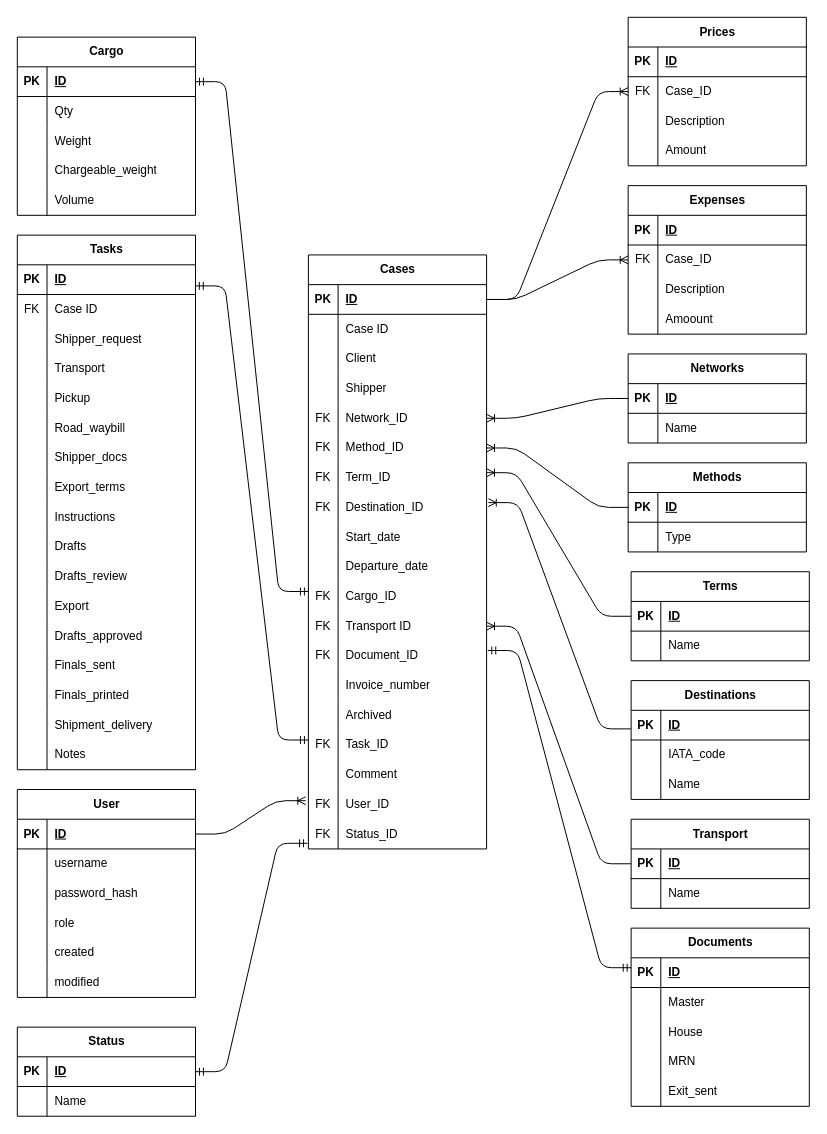
bdoobd/casemgr keeps this draw.io diagram as db_schema.drawio. Above is the earlier version. Source tidied: cells renumbered, new cells numbered last; positions are measured from the earlier drawing's top-left corner, leaving out a move shared by most shapes. Both pictures are drawn from the tidied source at 99%, with x=0, y=0 at pixel (17, 17).
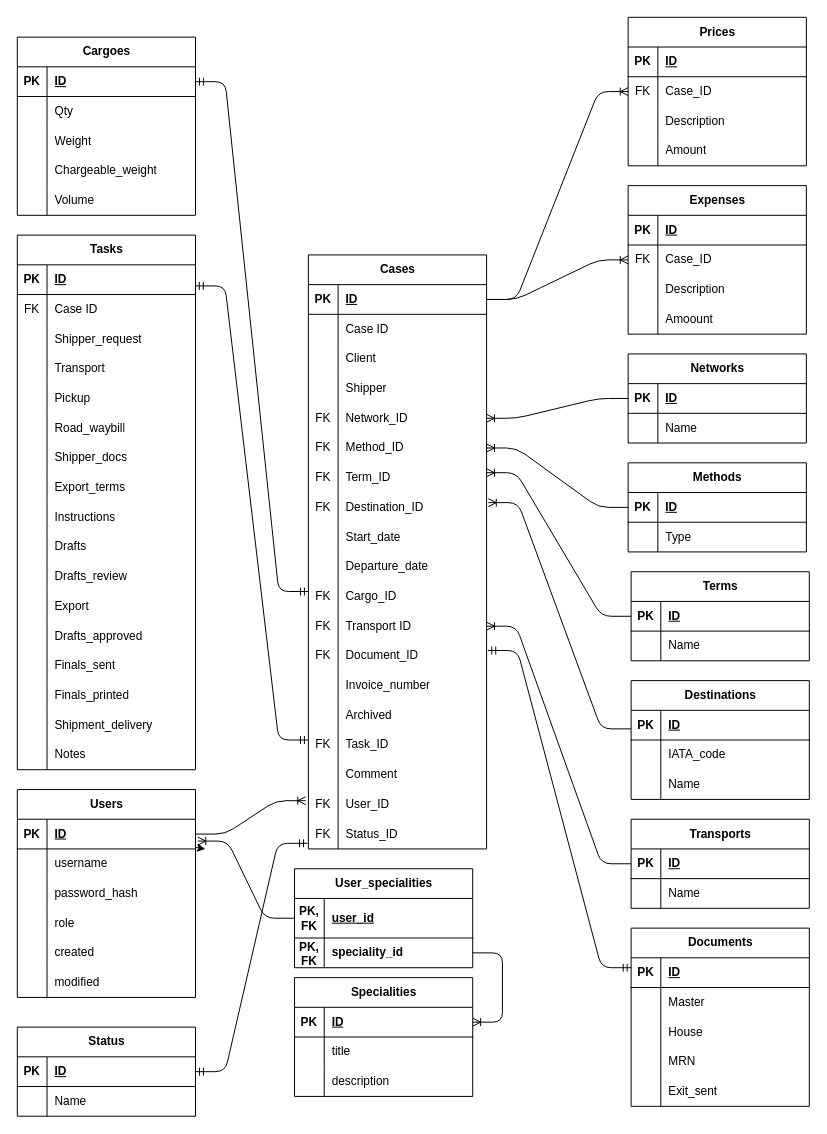
The same diagram, later.

Unchanged cells that the change refers to:
```xml
<mxCell id="113" style="shape=tableRow;horizontal=0;startSize=0;swimlaneHead=0;swimlaneBody=0;fillColor=none;points=[[0,0.5],[1,0.5]];portConstraint=eastwest;top=0;left=0;right=0;bottom=1;" parent="112" vertex="1">
  <mxGeometry y="30" width="180" height="30" as="geometry" />
</mxCell>
```

Change to the diagram source:
```diff
@@
-    <mxCell id="112" value="User" style="shape=table;startSize=30;childLayout=tableLayout;rowLines=0;fontStyle=1;align=center;html=1;" parent="1" vertex="1">
+    <mxCell id="112" value="Users" style="shape=table;startSize=30;childLayout=tableLayout;rowLines=0;fontStyle=1;align=center;html=1;" parent="1" vertex="1">
       <mxGeometry y="780" width="180" height="210" as="geometry" />
     </mxCell>
@@
-    <mxCell id="197" value="Cargo" style="shape=table;startSize=30;childLayout=tableLayout;rowLines=0;fontStyle=1;align=center;html=1;" parent="1" vertex="1">
+    <mxCell id="197" value="Cargoes" style="shape=table;startSize=30;childLayout=tableLayout;rowLines=0;fontStyle=1;align=center;html=1;" parent="1" vertex="1">
       <mxGeometry y="20" width="180" height="180" as="geometry" />
     </mxCell>
@@
-    <mxCell id="223" value="Transport" style="shape=table;startSize=30;childLayout=tableLayout;rowLines=0;fontStyle=1;align=center;html=1;" parent="1" vertex="1">
+    <mxCell id="223" value="Transports" style="shape=table;startSize=30;childLayout=tableLayout;rowLines=0;fontStyle=1;align=center;html=1;" parent="1" vertex="1">
       <mxGeometry x="620" y="810" width="180" height="90" as="geometry" />
     </mxCell>
@@
+    <mxCell id="246" value="Specialities" style="shape=table;startSize=30;childLayout=tableLayout;rowLines=0;fontStyle=1;align=center;html=1;" parent="1" vertex="1">
+      <mxGeometry x="280" y="970" width="180" height="120" as="geometry" />
+    </mxCell>
+    <mxCell id="247" style="shape=tableRow;horizontal=0;startSize=0;swimlaneHead=0;swimlaneBody=0;fillColor=none;points=[[0,0.5],[1,0.5]];portConstraint=eastwest;top=0;left=0;right=0;bottom=1;" parent="246" vertex="1">
+      <mxGeometry y="30" width="180" height="30" as="geometry" />
+    </mxCell>
+    <mxCell id="248" value="PK" style="shape=partialRectangle;fillColor=none;top=0;left=0;bottom=0;right=0;fontStyle=1;overflow=hidden;whiteSpace=wrap;html=1;" parent="247" vertex="1">
+      <mxGeometry width="30" height="30" as="geometry" />
+    </mxCell>
+    <mxCell id="249" value="ID" style="shape=partialRectangle;fillColor=none;top=0;left=0;bottom=0;right=0;align=left;spacingLeft=6;fontStyle=5;overflow=hidden;whiteSpace=wrap;html=1;" parent="247" vertex="1">
+      <mxGeometry x="30" width="150" height="30" as="geometry" />
+    </mxCell>
+    <mxCell id="250" style="shape=tableRow;horizontal=0;startSize=0;swimlaneHead=0;swimlaneBody=0;fillColor=none;top=0;left=0;right=0;bottom=0;" parent="246" vertex="1">
+      <mxGeometry y="60" width="180" height="30" as="geometry" />
+    </mxCell>
+    <mxCell id="251" style="shape=partialRectangle;fillColor=none;top=0;left=0;bottom=0;right=0;overflow=hidden;whiteSpace=wrap;html=1;" parent="250" vertex="1">
+      <mxGeometry width="30" height="30" as="geometry" />
+    </mxCell>
+    <mxCell id="252" value="title" style="shape=partialRectangle;fillColor=none;top=0;left=0;bottom=0;right=0;align=left;spacingLeft=6;overflow=hidden;whiteSpace=wrap;html=1;" parent="250" vertex="1">
+      <mxGeometry x="30" width="150" height="30" as="geometry" />
+    </mxCell>
+    <mxCell id="253" style="shape=tableRow;horizontal=0;startSize=0;swimlaneHead=0;swimlaneBody=0;fillColor=none;top=0;left=0;right=0;bottom=0;" parent="246" vertex="1">
+      <mxGeometry y="90" width="180" height="30" as="geometry" />
+    </mxCell>
+    <mxCell id="254" style="shape=partialRectangle;fillColor=none;top=0;left=0;bottom=0;right=0;overflow=hidden;whiteSpace=wrap;html=1;" parent="253" vertex="1">
+      <mxGeometry width="30" height="30" as="geometry" />
+    </mxCell>
+    <mxCell id="255" value="description" style="shape=partialRectangle;fillColor=none;top=0;left=0;bottom=0;right=0;align=left;spacingLeft=6;overflow=hidden;whiteSpace=wrap;html=1;" parent="253" vertex="1">
+      <mxGeometry x="30" width="150" height="30" as="geometry" />
+    </mxCell>
+    <mxCell id="256" value="User_specialities" style="shape=table;startSize=30;childLayout=tableLayout;rowLines=0;fontStyle=1;align=center;html=1;" parent="1" vertex="1">
+      <mxGeometry x="280" y="860" width="180" height="100" as="geometry" />
+    </mxCell>
+    <mxCell id="257" style="shape=tableRow;horizontal=0;startSize=0;swimlaneHead=0;swimlaneBody=0;fillColor=none;points=[[0,0.5],[1,0.5]];portConstraint=eastwest;top=0;left=0;right=0;bottom=1;" parent="256" vertex="1">
+      <mxGeometry y="30" width="180" height="40" as="geometry" />
+    </mxCell>
+    <mxCell id="258" value="PK, FK" style="shape=partialRectangle;fillColor=none;top=0;left=0;bottom=0;right=0;fontStyle=1;overflow=hidden;whiteSpace=wrap;html=1;" parent="257" vertex="1">
+      <mxGeometry width="30" height="40" as="geometry" />
+    </mxCell>
+    <mxCell id="259" value="user_id" style="shape=partialRectangle;fillColor=none;top=0;left=0;bottom=0;right=0;align=left;spacingLeft=6;fontStyle=5;overflow=hidden;whiteSpace=wrap;html=1;" parent="257" vertex="1">
+      <mxGeometry x="30" width="150" height="40" as="geometry" />
+    </mxCell>
+    <mxCell id="260" style="shape=tableRow;horizontal=0;startSize=0;swimlaneHead=0;swimlaneBody=0;fillColor=none;points=[[0,0.5],[1,0.5]];portConstraint=eastwest;top=0;left=0;right=0;bottom=0;" parent="256" vertex="1">
+      <mxGeometry y="70" width="180" height="30" as="geometry" />
+    </mxCell>
+    <mxCell id="261" value="&lt;b&gt;PK, FK&lt;/b&gt;" style="shape=partialRectangle;fillColor=none;top=0;left=0;bottom=0;right=0;overflow=hidden;whiteSpace=wrap;html=1;" parent="260" vertex="1">
+      <mxGeometry width="30" height="30" as="geometry" />
+    </mxCell>
+    <mxCell id="262" value="&lt;b&gt;speciality_id&lt;/b&gt;" style="shape=partialRectangle;fillColor=none;top=0;left=0;bottom=0;right=0;align=left;spacingLeft=6;overflow=hidden;whiteSpace=wrap;html=1;" parent="260" vertex="1">
+      <mxGeometry x="30" width="150" height="30" as="geometry" />
+    </mxCell>
+    <mxCell id="263" style="edgeStyle=entityRelationEdgeStyle;fontSize=12;html=1;endArrow=ERoneToMany;entryX=1.013;entryY=0.736;entryDx=0;entryDy=0;entryPerimeter=0;" parent="1" edge="1" source="257" target="113">
+      <mxGeometry relative="1" as="geometry" />
+    </mxCell>
+    <mxCell id="264" style="edgeStyle=entityRelationEdgeStyle;fontSize=12;html=1;endArrow=ERoneToMany;" parent="1" edge="1" source="260" target="247">
+      <mxGeometry relative="1" as="geometry" />
+    </mxCell>
+    <mxCell id="265" style="edgeStyle=none;html=1;" parent="1" edge="1" source="113">
+      <mxGeometry relative="1" as="geometry">
+        <mxPoint x="190" y="840" as="targetPoint" />
+      </mxGeometry>
+    </mxCell>
```
